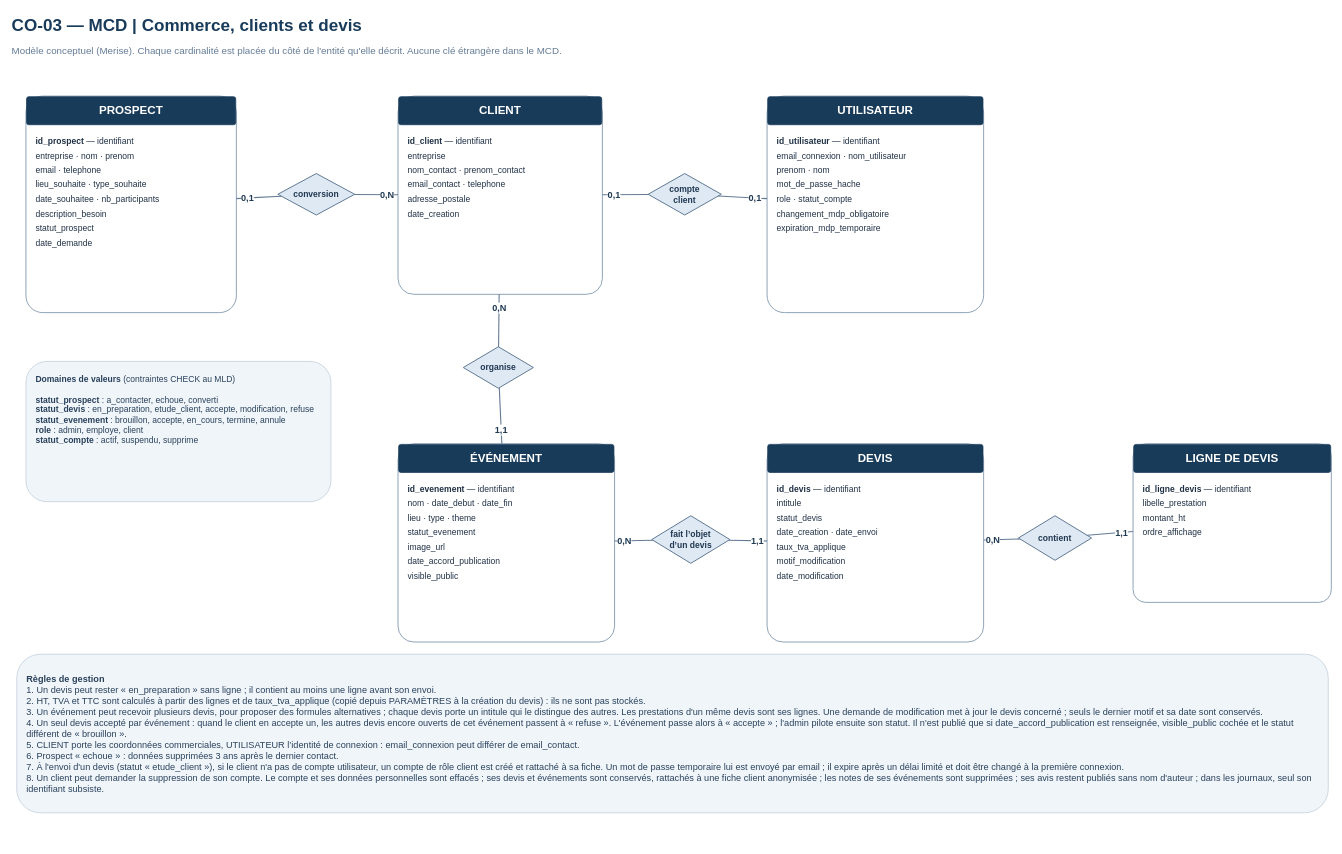
Earlier version of the draw.io diagram page "01 Commerce et comptes" (1 of 2) of docs/conception/CO-03 MCD-Commerce, Clients et devis.drawio.xml (Onizuka-05/innov-events-manager). Source tidied: cells renumbered, new cells numbered last; positions are measured from the earlier drawing's top-left corner, leaving out a move shared by most shapes. Both pictures are drawn from the tidied source at 61%, with x=0, y=0 at pixel (10, 10).
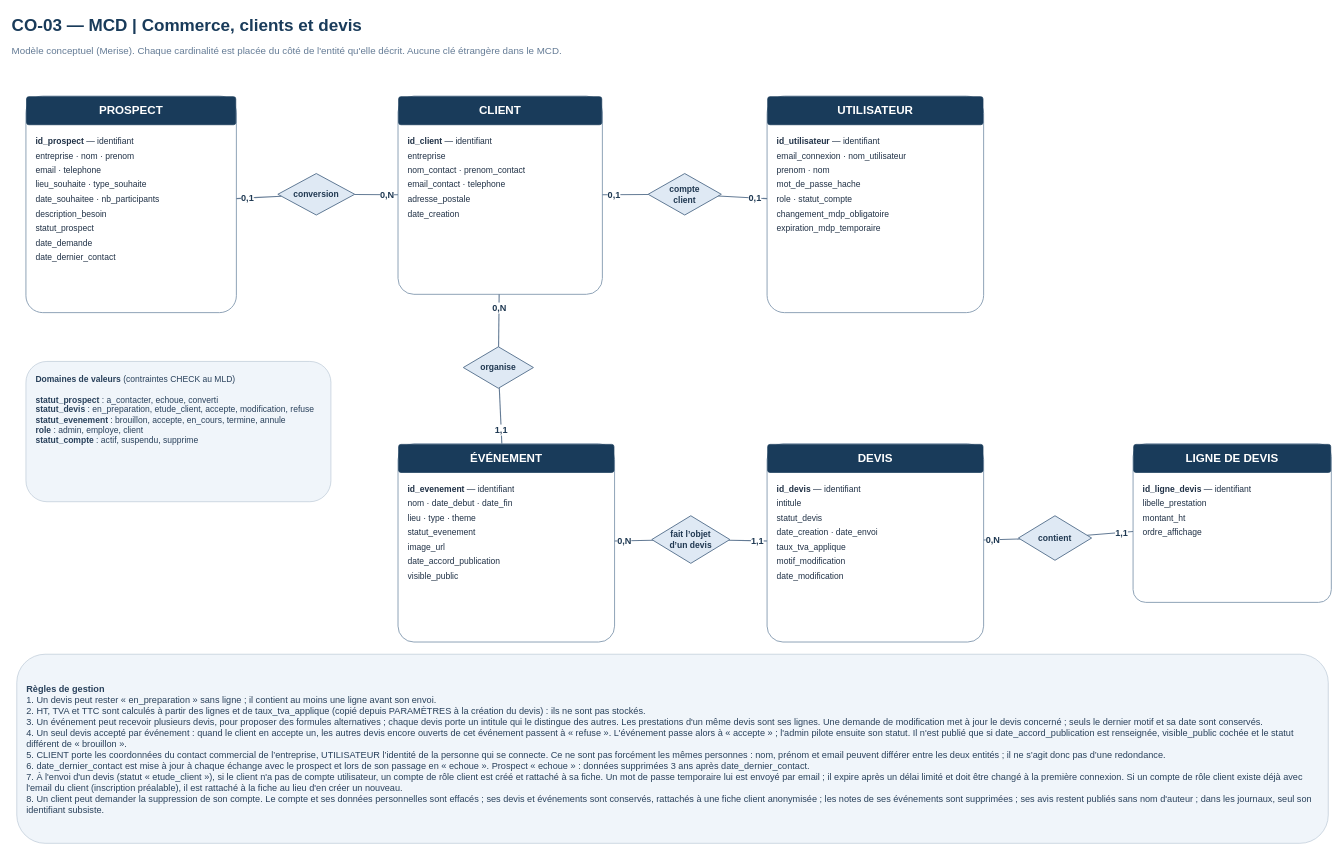
The same page after the edit.

The edit, as a diff of the source:
```diff
@@
-    <mxCell id="6" value="&lt;div style=&quot;margin-bottom:7px;&quot;&gt;&lt;b&gt;id_prospect&lt;/b&gt; — identifiant&lt;/div&gt;&lt;div style=&quot;margin-bottom:7px;&quot;&gt;entreprise · nom · prenom&lt;/div&gt;&lt;div style=&quot;margin-bottom:7px;&quot;&gt;email · telephone&lt;/div&gt;&lt;div style=&quot;margin-bottom:7px;&quot;&gt;lieu_souhaite · type_souhaite&lt;/div&gt;&lt;div style=&quot;margin-bottom:7px;&quot;&gt;date_souhaitee · nb_participants&lt;/div&gt;&lt;div style=&quot;margin-bottom:7px;&quot;&gt;description_besoin&lt;/div&gt;&lt;div style=&quot;margin-bottom:7px;&quot;&gt;statut_prospect&lt;/div&gt;&lt;div style=&quot;margin-bottom:7px;&quot;&gt;date_demande&lt;/div&gt;" style="text;html=1;whiteSpace=wrap;overflow=hidden;fontFamily=Arial;fontSize=14;fontColor=#203146;align=left;verticalAlign=top;spacing=0;" parent="1" vertex="1">
+    <mxCell id="6" value="&lt;div style=&quot;margin-bottom:7px;&quot;&gt;&lt;b&gt;id_prospect&lt;/b&gt; — identifiant&lt;/div&gt;&lt;div style=&quot;margin-bottom:7px;&quot;&gt;entreprise · nom · prenom&lt;/div&gt;&lt;div style=&quot;margin-bottom:7px;&quot;&gt;email · telephone&lt;/div&gt;&lt;div style=&quot;margin-bottom:7px;&quot;&gt;lieu_souhaite · type_souhaite&lt;/div&gt;&lt;div style=&quot;margin-bottom:7px;&quot;&gt;date_souhaitee · nb_participants&lt;/div&gt;&lt;div style=&quot;margin-bottom:7px;&quot;&gt;description_besoin&lt;/div&gt;&lt;div style=&quot;margin-bottom:7px;&quot;&gt;statut_prospect&lt;/div&gt;&lt;div style=&quot;margin-bottom:7px;&quot;&gt;date_demande&lt;/div&gt;&lt;div style=&quot;margin-bottom:7px;&quot;&gt;date_dernier_contact&lt;/div&gt;" style="text;html=1;whiteSpace=wrap;overflow=hidden;fontFamily=Arial;fontSize=14;fontColor=#203146;align=left;verticalAlign=top;spacing=0;" parent="1" vertex="1">
       <mxGeometry x="41" y="201" width="313" height="288" as="geometry" />
     </mxCell>
@@
-    <mxCell id="38" value="&lt;b&gt;Règles de gestion&lt;/b&gt;&lt;br&gt;1. Un devis peut rester « en_preparation » sans ligne ; il contient au moins une ligne avant son envoi.&lt;br&gt;2. HT, TVA et TTC sont calculés à partir des lignes et de taux_tva_applique (copié depuis PARAMÈTRES à la création du devis) : ils ne sont pas stockés.&lt;br&gt;3. Un événement peut recevoir plusieurs devis, pour proposer des formules alternatives ; chaque devis porte un intitule qui le distingue des autres. Les prestations d'un même devis sont ses lignes. Une demande de modification met à jour le devis concerné ; seuls le dernier motif et sa date sont conservés.&lt;br&gt;4. Un seul devis accepté par événement : quand le client en accepte un, les autres devis encore ouverts de cet événement passent à « refuse ». L'événement passe alors à « accepte » ; l'admin pilote ensuite son statut. Il n'est publié que si date_accord_publication est renseignée, visible_public cochée et le statut différent de « brouillon ».&lt;br&gt;5. CLIENT porte les coordonnées commerciales, UTILISATEUR l’identité de connexion : email_connexion peut différer de email_contact.&lt;br&gt;6. Prospect « echoue » : données supprimées 3 ans après le dernier contact.&lt;div&gt;7.&amp;nbsp;À l'envoi d'un devis (statut « etude_client »), si le client n'a pas de compte utilisateur, un compte de rôle client est créé et rattaché à sa fiche. Un mot de passe temporaire lui est envoyé par email ; il expire après un délai limité et doit être changé à la première connexion.&lt;/div&gt;&lt;div&gt;8.&amp;nbsp;Un client peut demander la suppression de son compte. Le compte et ses données personnelles sont effacés ; ses devis et événements sont conservés, rattachés à une fiche client anonymisée ; les notes de ses événements sont supprimées ; ses avis restent publiés sans nom d'auteur ; dans les journaux, seul son identifiant subsiste.&lt;/div&gt;" style="rounded=1;whiteSpace=wrap;html=1;fillColor=#F0F5FA;strokeColor=#B3C3D2;fontColor=#29415B;fontSize=15;align=left;verticalAlign=middle;spacing=16;" parent="1" vertex="1">
-      <mxGeometry x="10" y="1055" width="2150" height="260" as="geometry" />
+    <mxCell id="38" value="&lt;b&gt;Règles de gestion&lt;/b&gt;&lt;br&gt;1. Un devis peut rester « en_preparation » sans ligne ; il contient au moins une ligne avant son envoi.&lt;br&gt;2. HT, TVA et TTC sont calculés à partir des lignes et de taux_tva_applique (copié depuis PARAMÈTRES à la création du devis) : ils ne sont pas stockés.&lt;br&gt;3. Un événement peut recevoir plusieurs devis, pour proposer des formules alternatives ; chaque devis porte un intitule qui le distingue des autres. Les prestations d'un même devis sont ses lignes. Une demande de modification met à jour le devis concerné ; seuls le dernier motif et sa date sont conservés.&lt;br&gt;4. Un seul devis accepté par événement : quand le client en accepte un, les autres devis encore ouverts de cet événement passent à « refuse ». L'événement passe alors à « accepte » ; l'admin pilote ensuite son statut. Il n'est publié que si date_accord_publication est renseignée, visible_public cochée et le statut différent de « brouillon ».&lt;br&gt;5. CLIENT porte les coordonnées du contact commercial de l’entreprise, UTILISATEUR l’identité de la personne qui se connecte. Ce ne sont pas forcément les mêmes personnes : nom, prénom et email peuvent différer entre les deux entités ; il ne s’agit donc pas d’une redondance.&lt;br&gt;6. date_dernier_contact est mise à jour à chaque échange avec le prospect et lors de son passage en « echoue ». Prospect « echoue » : données supprimées 3 ans après date_dernier_contact.&lt;div&gt;7.&amp;nbsp;À l'envoi d'un devis (statut « etude_client »), si le client n'a pas de compte utilisateur, un compte de rôle client est créé et rattaché à sa fiche. Un mot de passe temporaire lui est envoyé par email ; il expire après un délai limité et doit être changé à la première connexion. Si un compte de rôle client existe déjà avec l'email du client (inscription préalable), il est rattaché à la fiche au lieu d'en créer un nouveau.&lt;/div&gt;&lt;div&gt;8.&amp;nbsp;Un client peut demander la suppression de son compte. Le compte et ses données personnelles sont effacés ; ses devis et événements sont conservés, rattachés à une fiche client anonymisée ; les notes de ses événements sont supprimées ; ses avis restent publiés sans nom d'auteur ; dans les journaux, seul son identifiant subsiste.&lt;/div&gt;" style="rounded=1;whiteSpace=wrap;html=1;fillColor=#F0F5FA;strokeColor=#B3C3D2;fontColor=#29415B;fontSize=15;align=left;verticalAlign=middle;spacing=16;" parent="1" vertex="1">
+      <mxGeometry x="10" y="1055" width="2150" height="310" as="geometry" />
     </mxCell>
```
